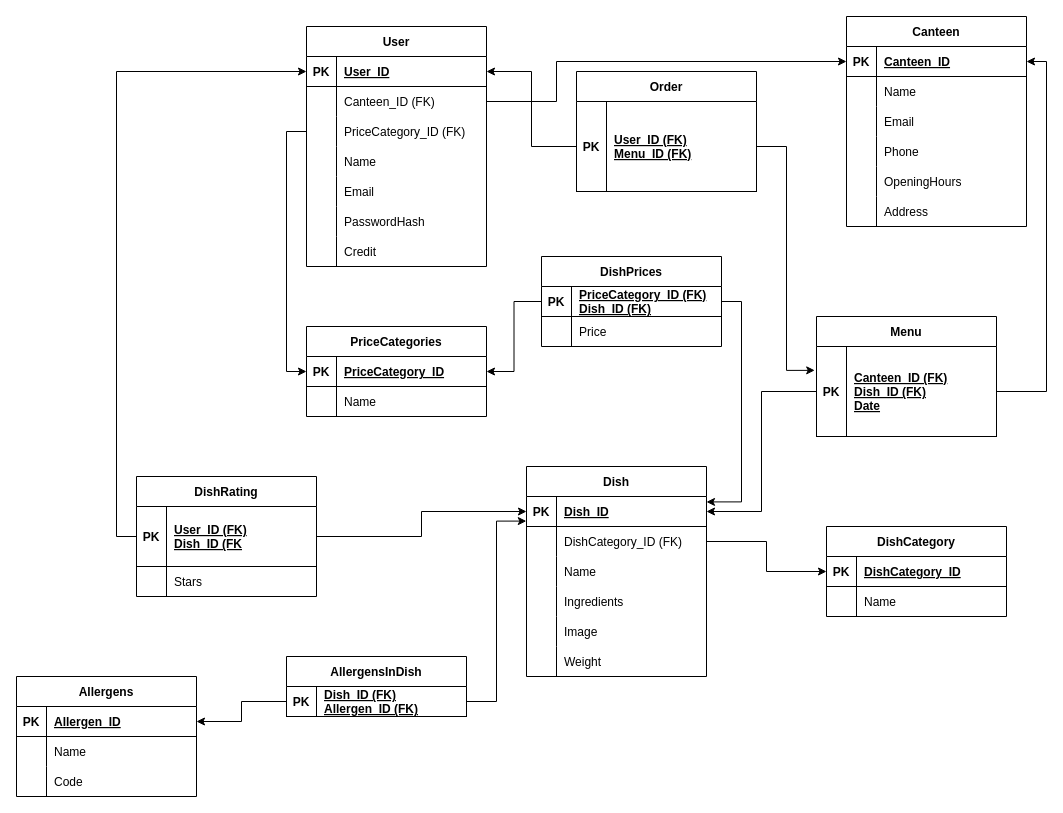
MarekHavel/ITU keeps this draw.io diagram as backend/schema_databaze.drawio. Above is the earlier version. Source tidied: cells renumbered, new cells numbered last; positions are measured from the earlier drawing's top-left corner, leaving out a move shared by most shapes. Both pictures are drawn from the tidied source at 100%, with x=0, y=0 at pixel (16, 16).
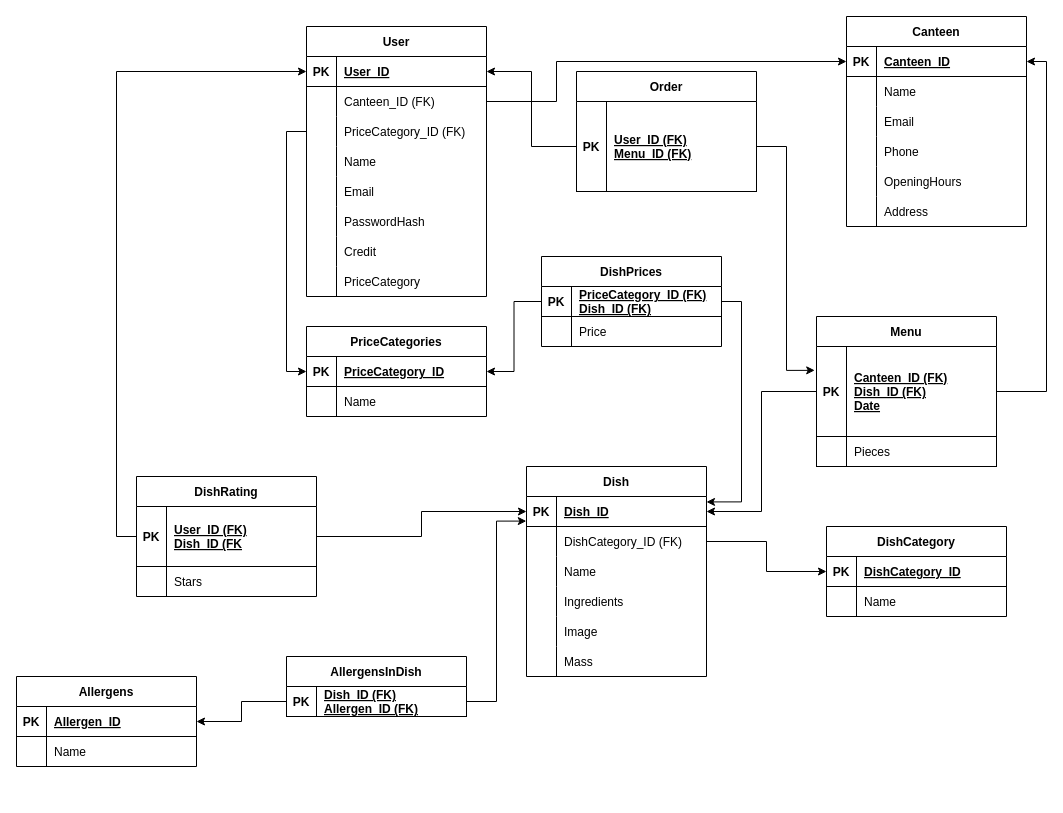
The same page after the edit.

The change refers to these unchanged cells:
```xml
<mxCell id="59" style="shape=tableRow;horizontal=0;startSize=0;swimlaneHead=0;swimlaneBody=0;fillColor=none;top=0;left=0;right=0;bottom=0;" parent="43" vertex="1">
  <mxGeometry y="180" width="180" height="30" as="geometry" />
</mxCell>
```

Change to the diagram source:
```diff
@@
     <mxCell id="2" value="User" style="shape=table;startSize=30;childLayout=tableLayout;rowLines=0;fontStyle=1;align=center;" parent="1" vertex="1">
-      <mxGeometry x="290" y="10" width="180" height="240" as="geometry" />
+      <mxGeometry x="290" y="10" width="180" height="270" as="geometry" />
     </mxCell>
@@
+    <mxCell id="126" style="shape=tableRow;horizontal=0;startSize=0;swimlaneHead=0;swimlaneBody=0;fillColor=none;top=0;left=0;right=0;bottom=0;" parent="2" vertex="1">
+      <mxGeometry y="240" width="180" height="30" as="geometry" />
+    </mxCell>
+    <mxCell id="118" style="shape=partialRectangle;fillColor=none;top=0;left=0;bottom=0;right=0;overflow=hidden;" parent="126" vertex="1">
+      <mxGeometry width="30" height="30" as="geometry" />
+    </mxCell>
+    <mxCell id="127" value="PriceCategory" style="shape=partialRectangle;fillColor=none;top=0;left=0;bottom=0;right=0;align=left;spacingLeft=6;overflow=hidden;" parent="126" vertex="1">
+      <mxGeometry x="30" width="150" height="30" as="geometry" />
+    </mxCell>
@@
-    <mxCell id="61" value="Weight" style="shape=partialRectangle;fillColor=none;top=0;left=0;bottom=0;right=0;align=left;spacingLeft=6;overflow=hidden;" parent="59" vertex="1">
+    <mxCell id="61" value="Mass" style="shape=partialRectangle;fillColor=none;top=0;left=0;bottom=0;right=0;align=left;spacingLeft=6;overflow=hidden;" parent="59" vertex="1">
       <mxGeometry x="30" width="150" height="30" as="geometry" />
     </mxCell>
@@
     <mxCell id="72" value="Menu" style="shape=table;startSize=30;childLayout=tableLayout;rowLines=0;fontStyle=1;align=center;" parent="1" vertex="1">
-      <mxGeometry x="800" y="300" width="180" height="120" as="geometry" />
+      <mxGeometry x="800" y="300" width="180" height="150" as="geometry" />
     </mxCell>
@@
+    <mxCell id="128" style="shape=tableRow;horizontal=0;startSize=0;swimlaneHead=0;swimlaneBody=0;fillColor=none;top=0;left=0;right=0;bottom=1;" parent="72" vertex="1">
+      <mxGeometry y="120" width="180" height="30" as="geometry" />
+    </mxCell>
+    <mxCell id="129" style="shape=partialRectangle;fillColor=none;top=0;left=0;bottom=0;right=0;fontStyle=1;overflow=hidden;" parent="128" vertex="1">
+      <mxGeometry width="30" height="30" as="geometry" />
+    </mxCell>
+    <mxCell id="130" value="Pieces" style="shape=partialRectangle;fillColor=none;top=0;left=0;bottom=0;right=0;align=left;spacingLeft=6;fontStyle=0;overflow=hidden;spacingTop=0;spacing=2;spacingBottom=0;" parent="128" vertex="1">
+      <mxGeometry x="30" width="150" height="30" as="geometry" />
+    </mxCell>
@@
     <mxCell id="110" value="Allergens" style="shape=table;startSize=30;childLayout=tableLayout;rowLines=0;fontStyle=1;align=center;" parent="1" vertex="1">
-      <mxGeometry y="660" width="180" height="120" as="geometry" />
+      <mxGeometry y="660" width="180" height="90" as="geometry" />
     </mxCell>
@@
-    <mxCell id="117" style="shape=tableRow;horizontal=0;startSize=0;swimlaneHead=0;swimlaneBody=0;fillColor=none;top=0;left=0;right=0;bottom=0;" parent="110" vertex="1">
-      <mxGeometry y="90" width="180" height="30" as="geometry" />
-    </mxCell>
-    <mxCell id="118" style="shape=partialRectangle;fillColor=none;top=0;left=0;bottom=0;right=0;overflow=hidden;" parent="117" vertex="1">
-      <mxGeometry width="30" height="30" as="geometry" />
-    </mxCell>
-    <mxCell id="119" value="Code" style="shape=partialRectangle;fillColor=none;top=0;left=0;bottom=0;right=0;align=left;spacingLeft=6;overflow=hidden;" parent="117" vertex="1">
-      <mxGeometry x="30" width="150" height="30" as="geometry" />
-    </mxCell>
```
